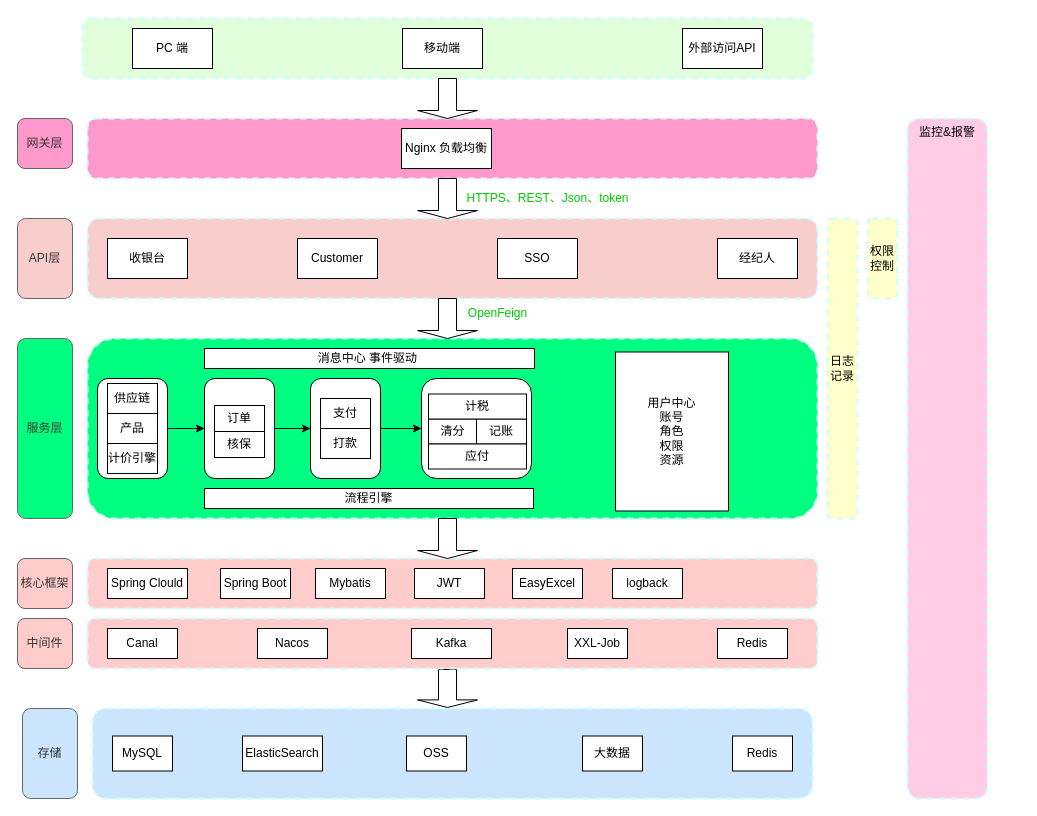
Earlier version of the draw.io diagram 智能保险云平台架构.drawio (hlcgithub/draw). Source tidied: cells renumbered, new cells numbered last; positions are measured from the earlier drawing's top-left corner, leaving out a move shared by most shapes. Both pictures are drawn from the tidied source at 100%, with x=0, y=0 at pixel (17, 18).
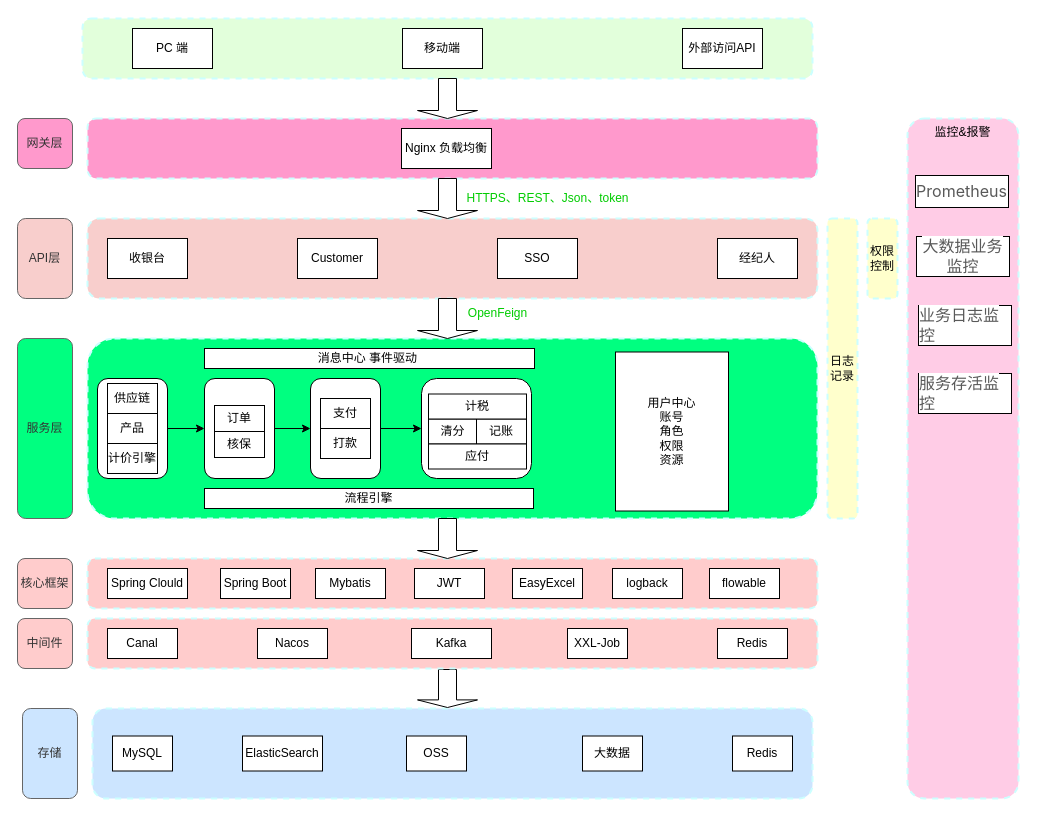
Above is the later version.

Commit message:
新增监控部分具体技术点

The edit, as a diff of the source:
```diff
@@
     <mxCell id="15" value="监控&amp;amp;报警" style="rounded=1;whiteSpace=wrap;html=1;dashed=1;strokeWidth=2;strokeColor=#CCFFFF;fillColor=#FFCCE6;align=center;verticalAlign=top;" parent="1" vertex="1">
-      <mxGeometry x="890" y="100" width="80" height="680" as="geometry" />
+      <mxGeometry x="890" y="100" width="111" height="680" as="geometry" />
     </mxCell>
@@
+    <mxCell id="70" value="&lt;span style=&quot;color: rgb(89, 89, 89); font-family: -apple-system, &amp;quot;system-ui&amp;quot;, &amp;quot;Helvetica Neue&amp;quot;, Tahoma, &amp;quot;PingFang SC&amp;quot;, &amp;quot;Microsoft Yahei&amp;quot;, Arial, &amp;quot;Hiragino Sans GB&amp;quot;, sans-serif, &amp;quot;Apple Color Emoji&amp;quot;, &amp;quot;Segoe UI Emoji&amp;quot;, &amp;quot;Segoe UI Symbol&amp;quot;, &amp;quot;Noto Color Emoji&amp;quot;; font-size: 16px; text-align: left; white-space-collapse: preserve; background-color: rgb(255, 255, 255);&quot;&gt;Prometheus&lt;/span&gt;" style="rounded=0;whiteSpace=wrap;html=1;" parent="1" vertex="1">
+      <mxGeometry x="898" y="157" width="93" height="32" as="geometry" />
+    </mxCell>
+    <mxCell id="71" value="&lt;span style=&quot;color: rgb(89, 89, 89); font-family: -apple-system, &amp;quot;system-ui&amp;quot;, &amp;quot;Helvetica Neue&amp;quot;, Tahoma, &amp;quot;PingFang SC&amp;quot;, &amp;quot;Microsoft Yahei&amp;quot;, Arial, &amp;quot;Hiragino Sans GB&amp;quot;, sans-serif, &amp;quot;Apple Color Emoji&amp;quot;, &amp;quot;Segoe UI Emoji&amp;quot;, &amp;quot;Segoe UI Symbol&amp;quot;, &amp;quot;Noto Color Emoji&amp;quot;; font-size: 16px; text-align: left; white-space-collapse: preserve; background-color: rgb(255, 255, 255);&quot;&gt;大数据业务监控&lt;/span&gt;" style="rounded=0;whiteSpace=wrap;html=1;" parent="1" vertex="1">
+      <mxGeometry x="899" y="218" width="93" height="40" as="geometry" />
+    </mxCell>
+    <mxCell id="72" value="&lt;div style=&quot;text-align: left;&quot;&gt;&lt;font face=&quot;-apple-system, system-ui, Helvetica Neue, Tahoma, PingFang SC, Microsoft Yahei, Arial, Hiragino Sans GB, sans-serif, Apple Color Emoji, Segoe UI Emoji, Segoe UI Symbol, Noto Color Emoji&quot; color=&quot;#595959&quot;&gt;&lt;span style=&quot;font-size: 16px; white-space-collapse: preserve; background-color: rgb(255, 255, 255);&quot;&gt;业务日志监控&lt;/span&gt;&lt;/font&gt;&lt;/div&gt;" style="rounded=0;whiteSpace=wrap;html=1;" parent="1" vertex="1">
+      <mxGeometry x="901" y="287" width="93" height="40" as="geometry" />
+    </mxCell>
+    <mxCell id="73" value="&lt;div style=&quot;text-align: left;&quot;&gt;&lt;font face=&quot;-apple-system, system-ui, Helvetica Neue, Tahoma, PingFang SC, Microsoft Yahei, Arial, Hiragino Sans GB, sans-serif, Apple Color Emoji, Segoe UI Emoji, Segoe UI Symbol, Noto Color Emoji&quot; color=&quot;#595959&quot;&gt;&lt;span style=&quot;font-size: 16px; white-space-collapse: preserve; background-color: rgb(255, 255, 255);&quot;&gt;服务存活监控&lt;/span&gt;&lt;/font&gt;&lt;/div&gt;" style="rounded=0;whiteSpace=wrap;html=1;" parent="1" vertex="1">
+      <mxGeometry x="901" y="355" width="93" height="40" as="geometry" />
+    </mxCell>
+    <mxCell id="74" value="flowable" style="rounded=0;whiteSpace=wrap;html=1;" parent="1" vertex="1">
+      <mxGeometry x="692" y="550" width="70" height="30" as="geometry" />
+    </mxCell>
```
